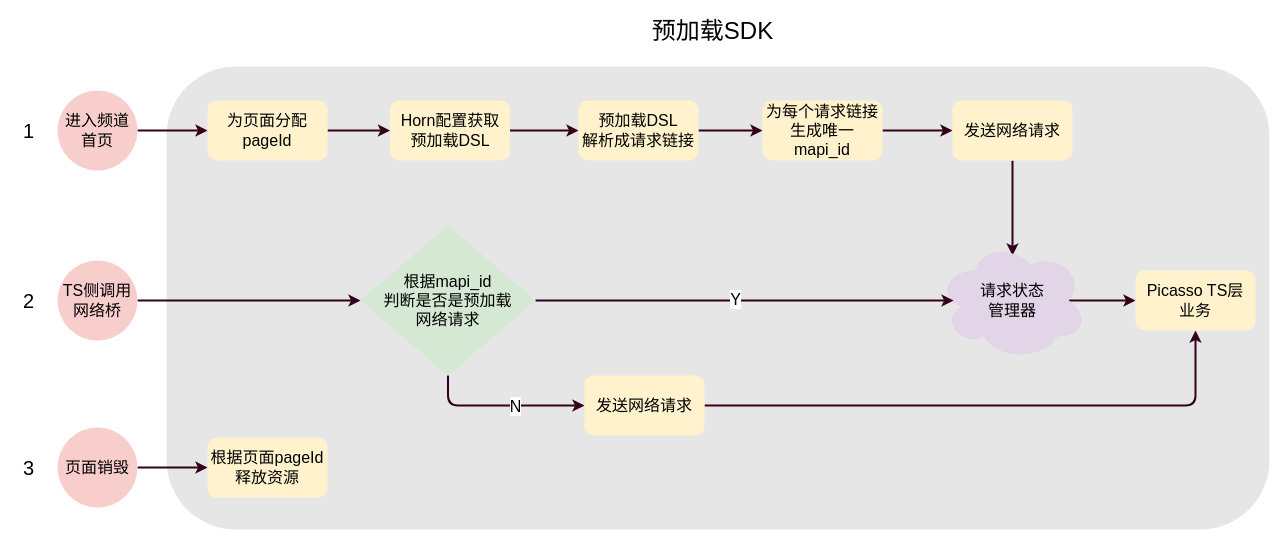
The draw.io diagram page "第 6 页" (7 of 16) of 未命名绘图.drawio in hpk1994/shophome, before the edit. Source tidied: cells renumbered, new cells numbered last; positions are measured from the earlier drawing's top-left corner, leaving out a move shared by most shapes. Both pictures are drawn from the tidied source at 100%, with x=0, y=0 at pixel (17, 18).
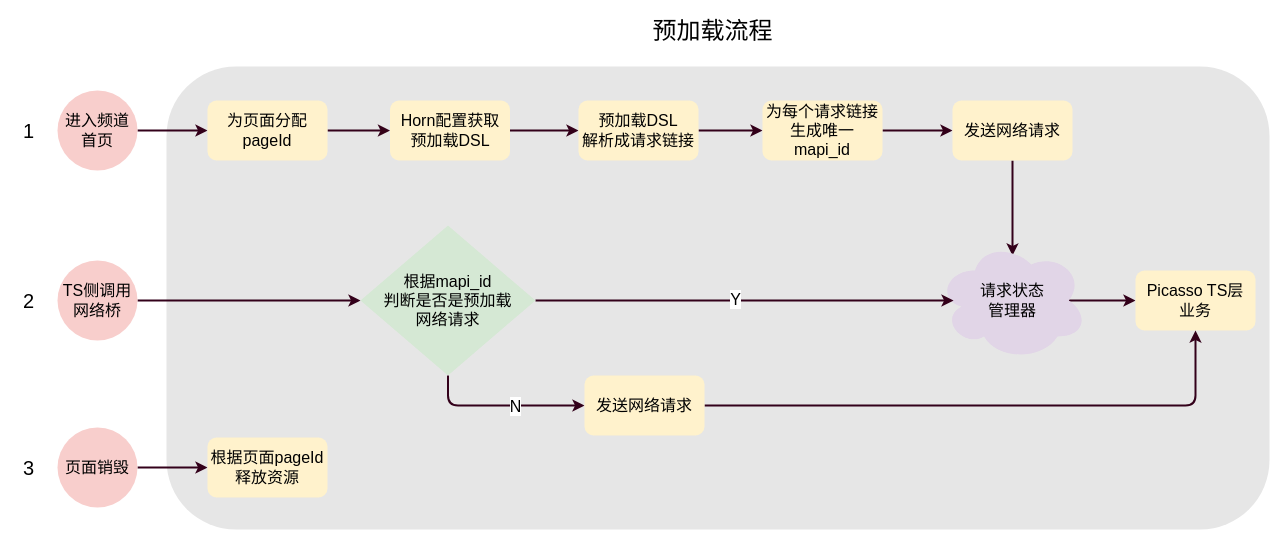
The same page after the edit.

Change to the diagram source:
```diff
@@
-    <mxCell id="33" value="&lt;font style=&quot;font-size: 24px&quot;&gt;预加载SDK&lt;/font&gt;" style="text;html=1;align=center;verticalAlign=middle;fontSize=16;" parent="1" vertex="1">
-      <mxGeometry x="629" width="131" height="26" as="geometry" />
+    <mxCell id="33" value="&lt;font style=&quot;font-size: 24px&quot;&gt;预加载流程&lt;/font&gt;" style="text;html=1;align=center;verticalAlign=middle;fontSize=16;" parent="1" vertex="1">
+      <mxGeometry x="630" width="130" height="26" as="geometry" />
     </mxCell>
```
